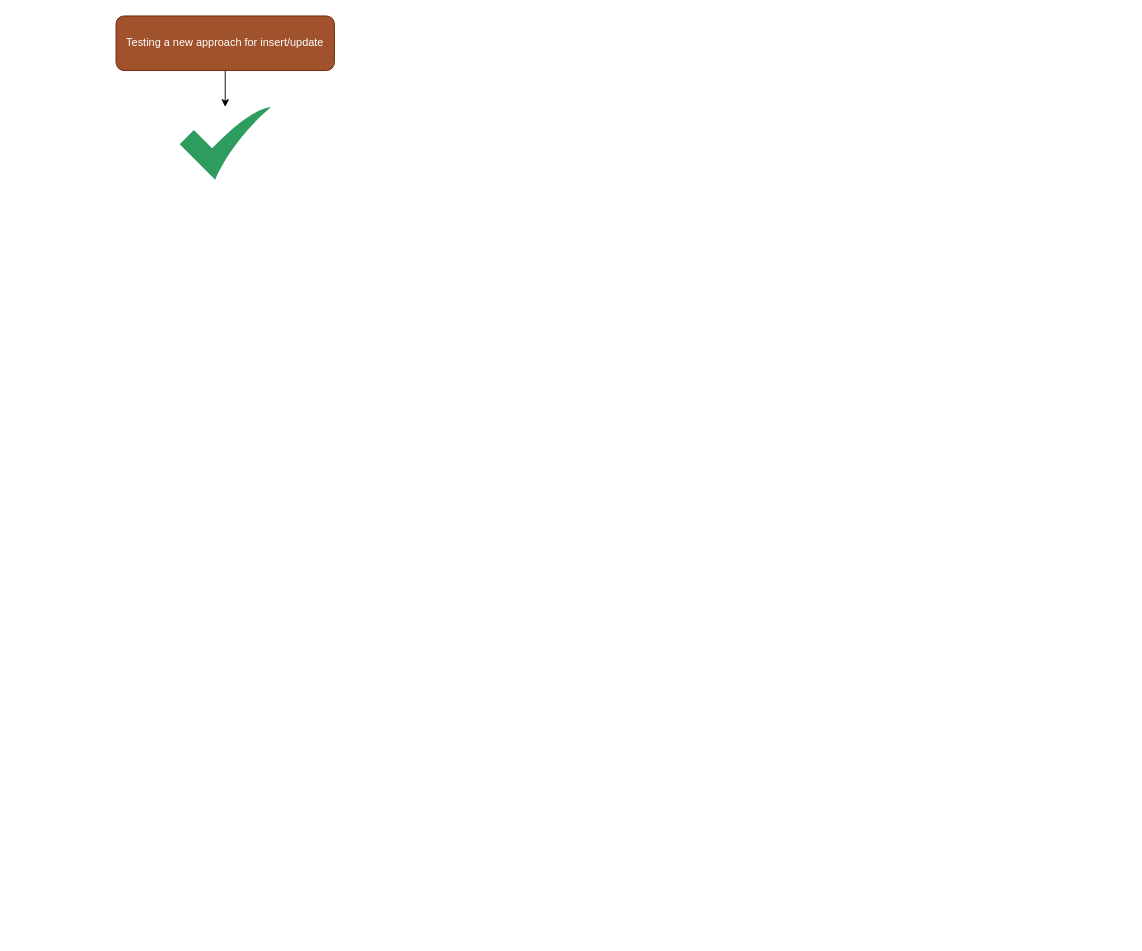
This is page "done" (3 of 3) of assets/notes.drawio from vinicius-silva-ep/ie-employment-permit, a draw.io file, before an edit. Source tidied: cells renumbered, new cells numbered last; positions are measured from the earlier drawing's top-left corner, leaving out a move shared by most shapes. Both pictures are drawn from the tidied source at 91%, with x=0, y=0 at pixel (116, 15).
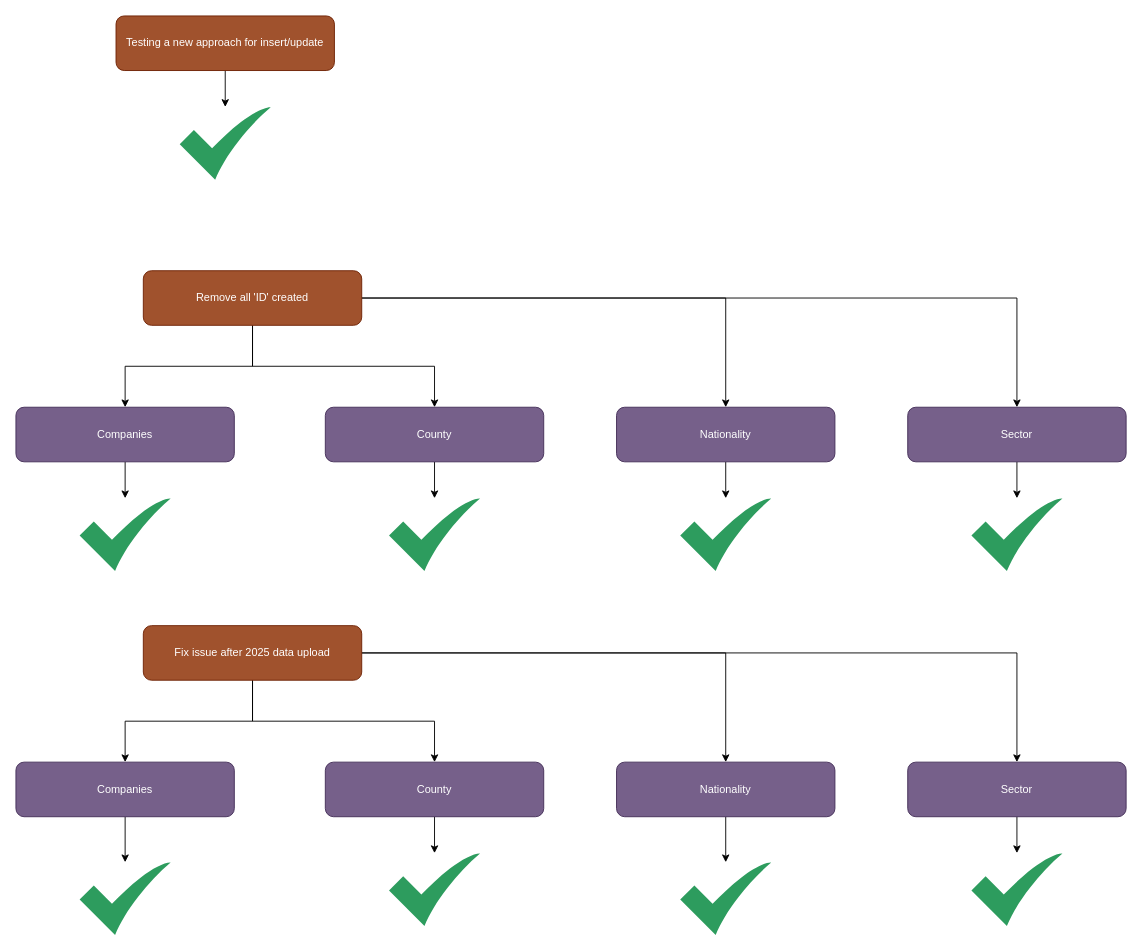
The same diagram, later.

Change to the diagram source:
```diff
@@
+    <mxCell id="5" style="edgeStyle=orthogonalEdgeStyle;rounded=0;jettySize=auto;html=1;" parent="1" edge="1" source="9" target="11">
+      <mxGeometry relative="1" as="geometry" />
+    </mxCell>
+    <mxCell id="6" style="edgeStyle=orthogonalEdgeStyle;rounded=0;jettySize=auto;html=1;" parent="1" edge="1" source="9" target="13">
+      <mxGeometry relative="1" as="geometry" />
+    </mxCell>
+    <mxCell id="7" style="edgeStyle=orthogonalEdgeStyle;rounded=0;jettySize=auto;html=1;" parent="1" edge="1" source="9" target="15">
+      <mxGeometry relative="1" as="geometry" />
+    </mxCell>
+    <mxCell id="8" style="edgeStyle=orthogonalEdgeStyle;rounded=0;jettySize=auto;html=1;" parent="1" edge="1" source="9" target="17">
+      <mxGeometry relative="1" as="geometry" />
+    </mxCell>
+    <mxCell id="9" value="Remove all 'ID' created" style="rounded=1;whiteSpace=wrap;html=1;fillColor=#a0522d;fontColor=#ffffff;strokeColor=#6D1F00;" parent="1" vertex="1">
+      <mxGeometry x="30" y="280" width="240" height="60" as="geometry" />
+    </mxCell>
+    <mxCell id="10" style="edgeStyle=orthogonalEdgeStyle;rounded=0;jettySize=auto;html=1;" parent="1" edge="1" source="11" target="20">
+      <mxGeometry relative="1" as="geometry" />
+    </mxCell>
+    <mxCell id="11" value="Companies" style="rounded=1;whiteSpace=wrap;html=1;fillColor=#76608a;fontColor=#ffffff;strokeColor=#432D57;" parent="1" vertex="1">
+      <mxGeometry x="-110" y="430" width="240" height="60" as="geometry" />
+    </mxCell>
+    <mxCell id="12" style="edgeStyle=orthogonalEdgeStyle;rounded=0;jettySize=auto;html=1;" parent="1" edge="1" source="13" target="18">
+      <mxGeometry relative="1" as="geometry" />
+    </mxCell>
+    <mxCell id="13" value="County" style="rounded=1;whiteSpace=wrap;html=1;fillColor=#76608a;fontColor=#ffffff;strokeColor=#432D57;" parent="1" vertex="1">
+      <mxGeometry x="230" y="430" width="240" height="60" as="geometry" />
+    </mxCell>
+    <mxCell id="14" style="edgeStyle=orthogonalEdgeStyle;rounded=0;jettySize=auto;html=1;" parent="1" edge="1" source="15" target="19">
+      <mxGeometry relative="1" as="geometry" />
+    </mxCell>
+    <mxCell id="15" value="Nationality" style="rounded=1;whiteSpace=wrap;html=1;fillColor=#76608a;fontColor=#ffffff;strokeColor=#432D57;" parent="1" vertex="1">
+      <mxGeometry x="550" y="430" width="240" height="60" as="geometry" />
+    </mxCell>
+    <mxCell id="16" style="edgeStyle=orthogonalEdgeStyle;rounded=0;jettySize=auto;html=1;" parent="1" edge="1" source="17" target="21">
+      <mxGeometry relative="1" as="geometry" />
+    </mxCell>
+    <mxCell id="17" value="Sector" style="rounded=1;whiteSpace=wrap;html=1;fillColor=#76608a;fontColor=#ffffff;strokeColor=#432D57;" parent="1" vertex="1">
+      <mxGeometry x="870" y="430" width="240" height="60" as="geometry" />
+    </mxCell>
+    <mxCell id="18" style="sketch=0;html=1;strokeColor=none;shadow=0;align=center;fillColor=#2D9C5E;verticalAlign=top;labelPosition=center;verticalLabelPosition=bottom;shape=mxgraph.gcp2.check;" parent="1" vertex="1">
+      <mxGeometry x="300" y="530" width="100" height="80" as="geometry" />
+    </mxCell>
+    <mxCell id="19" style="sketch=0;html=1;strokeColor=none;shadow=0;align=center;fillColor=#2D9C5E;verticalAlign=top;labelPosition=center;verticalLabelPosition=bottom;shape=mxgraph.gcp2.check;" parent="1" vertex="1">
+      <mxGeometry x="620" y="530" width="100" height="80" as="geometry" />
+    </mxCell>
+    <mxCell id="20" style="sketch=0;html=1;strokeColor=none;shadow=0;align=center;fillColor=#2D9C5E;verticalAlign=top;labelPosition=center;verticalLabelPosition=bottom;shape=mxgraph.gcp2.check;" parent="1" vertex="1">
+      <mxGeometry x="-40" y="530" width="100" height="80" as="geometry" />
+    </mxCell>
+    <mxCell id="21" style="sketch=0;html=1;strokeColor=none;shadow=0;align=center;fillColor=#2D9C5E;verticalAlign=top;labelPosition=center;verticalLabelPosition=bottom;shape=mxgraph.gcp2.check;" parent="1" vertex="1">
+      <mxGeometry x="940" y="530" width="100" height="80" as="geometry" />
+    </mxCell>
+    <mxCell id="22" style="edgeStyle=orthogonalEdgeStyle;rounded=0;jettySize=auto;html=1;" parent="1" edge="1" source="26" target="28">
+      <mxGeometry relative="1" as="geometry" />
+    </mxCell>
+    <mxCell id="23" style="edgeStyle=orthogonalEdgeStyle;rounded=0;jettySize=auto;html=1;" parent="1" edge="1" source="26" target="30">
+      <mxGeometry relative="1" as="geometry" />
+    </mxCell>
+    <mxCell id="24" style="edgeStyle=orthogonalEdgeStyle;rounded=0;jettySize=auto;html=1;" parent="1" edge="1" source="26" target="32">
+      <mxGeometry relative="1" as="geometry" />
+    </mxCell>
+    <mxCell id="25" style="edgeStyle=orthogonalEdgeStyle;rounded=0;jettySize=auto;html=1;" parent="1" edge="1" source="26" target="34">
+      <mxGeometry relative="1" as="geometry" />
+    </mxCell>
+    <mxCell id="26" value="Fix issue after 2025 data upload" style="rounded=1;whiteSpace=wrap;html=1;fillColor=#a0522d;fontColor=#ffffff;strokeColor=#6D1F00;" parent="1" vertex="1">
+      <mxGeometry x="30" y="670" width="240" height="60" as="geometry" />
+    </mxCell>
+    <mxCell id="27" style="edgeStyle=orthogonalEdgeStyle;rounded=0;jettySize=auto;html=1;" parent="1" edge="1" source="28" target="35">
+      <mxGeometry relative="1" as="geometry" />
+    </mxCell>
+    <mxCell id="28" value="Companies" style="rounded=1;whiteSpace=wrap;html=1;fillColor=#76608a;fontColor=#ffffff;strokeColor=#432D57;" parent="1" vertex="1">
+      <mxGeometry x="-110" y="820" width="240" height="60" as="geometry" />
+    </mxCell>
+    <mxCell id="29" style="edgeStyle=orthogonalEdgeStyle;rounded=0;jettySize=auto;html=1;" parent="1" edge="1" source="30" target="36">
+      <mxGeometry relative="1" as="geometry" />
+    </mxCell>
+    <mxCell id="30" value="County" style="rounded=1;whiteSpace=wrap;html=1;fillColor=#76608a;fontColor=#ffffff;strokeColor=#432D57;" parent="1" vertex="1">
+      <mxGeometry x="230" y="820" width="240" height="60" as="geometry" />
+    </mxCell>
+    <mxCell id="31" style="edgeStyle=orthogonalEdgeStyle;rounded=0;jettySize=auto;html=1;" parent="1" edge="1" source="32" target="37">
+      <mxGeometry relative="1" as="geometry" />
+    </mxCell>
+    <mxCell id="32" value="Nationality" style="rounded=1;whiteSpace=wrap;html=1;fillColor=#76608a;fontColor=#ffffff;strokeColor=#432D57;" parent="1" vertex="1">
+      <mxGeometry x="550" y="820" width="240" height="60" as="geometry" />
+    </mxCell>
+    <mxCell id="33" style="edgeStyle=orthogonalEdgeStyle;rounded=0;jettySize=auto;html=1;" parent="1" edge="1" source="34" target="38">
+      <mxGeometry relative="1" as="geometry" />
+    </mxCell>
+    <mxCell id="34" value="Sector" style="rounded=1;whiteSpace=wrap;html=1;fillColor=#76608a;fontColor=#ffffff;strokeColor=#432D57;" parent="1" vertex="1">
+      <mxGeometry x="870" y="820" width="240" height="60" as="geometry" />
+    </mxCell>
+    <mxCell id="35" style="sketch=0;html=1;strokeColor=none;shadow=0;align=center;fillColor=#2D9C5E;verticalAlign=top;labelPosition=center;verticalLabelPosition=bottom;shape=mxgraph.gcp2.check;" parent="1" vertex="1">
+      <mxGeometry x="-40" y="930" width="100" height="80" as="geometry" />
+    </mxCell>
+    <mxCell id="36" style="sketch=0;html=1;strokeColor=none;shadow=0;align=center;fillColor=#2D9C5E;verticalAlign=top;labelPosition=center;verticalLabelPosition=bottom;shape=mxgraph.gcp2.check;" parent="1" vertex="1">
+      <mxGeometry x="300" y="920" width="100" height="80" as="geometry" />
+    </mxCell>
+    <mxCell id="37" style="sketch=0;html=1;strokeColor=none;shadow=0;align=center;fillColor=#2D9C5E;verticalAlign=top;labelPosition=center;verticalLabelPosition=bottom;shape=mxgraph.gcp2.check;" parent="1" vertex="1">
+      <mxGeometry x="620" y="930" width="100" height="80" as="geometry" />
+    </mxCell>
+    <mxCell id="38" style="sketch=0;html=1;strokeColor=none;shadow=0;align=center;fillColor=#2D9C5E;verticalAlign=top;labelPosition=center;verticalLabelPosition=bottom;shape=mxgraph.gcp2.check;" parent="1" vertex="1">
+      <mxGeometry x="940" y="920" width="100" height="80" as="geometry" />
+    </mxCell>
```
